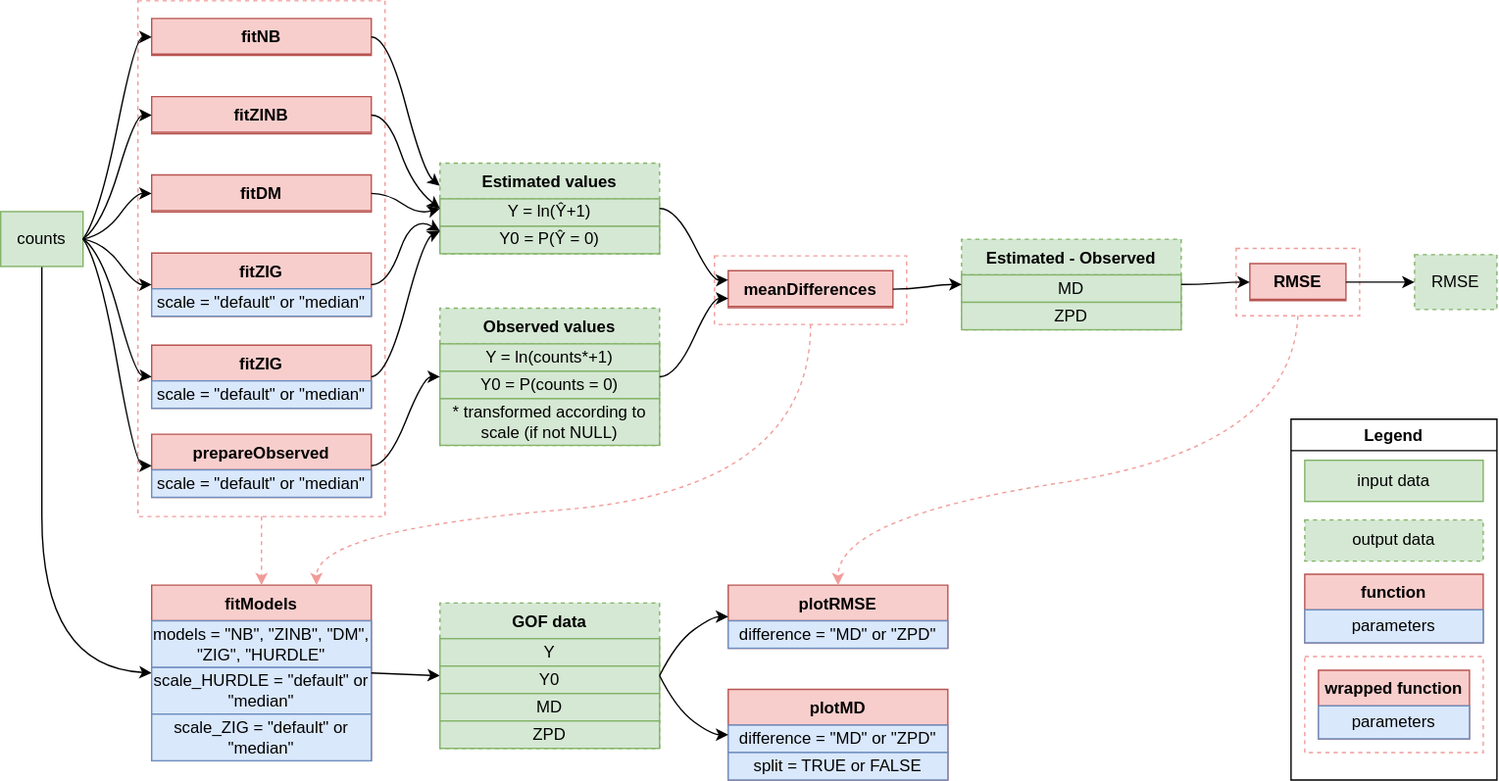
The draw.io diagram vignettes/GOF_structure.svg in mcalgaro93/benchdamic, before a commit. Source tidied: cells renumbered, new cells last; positions are measured from the earlier drawing's top-left corner, leaving out a move shared by most shapes.
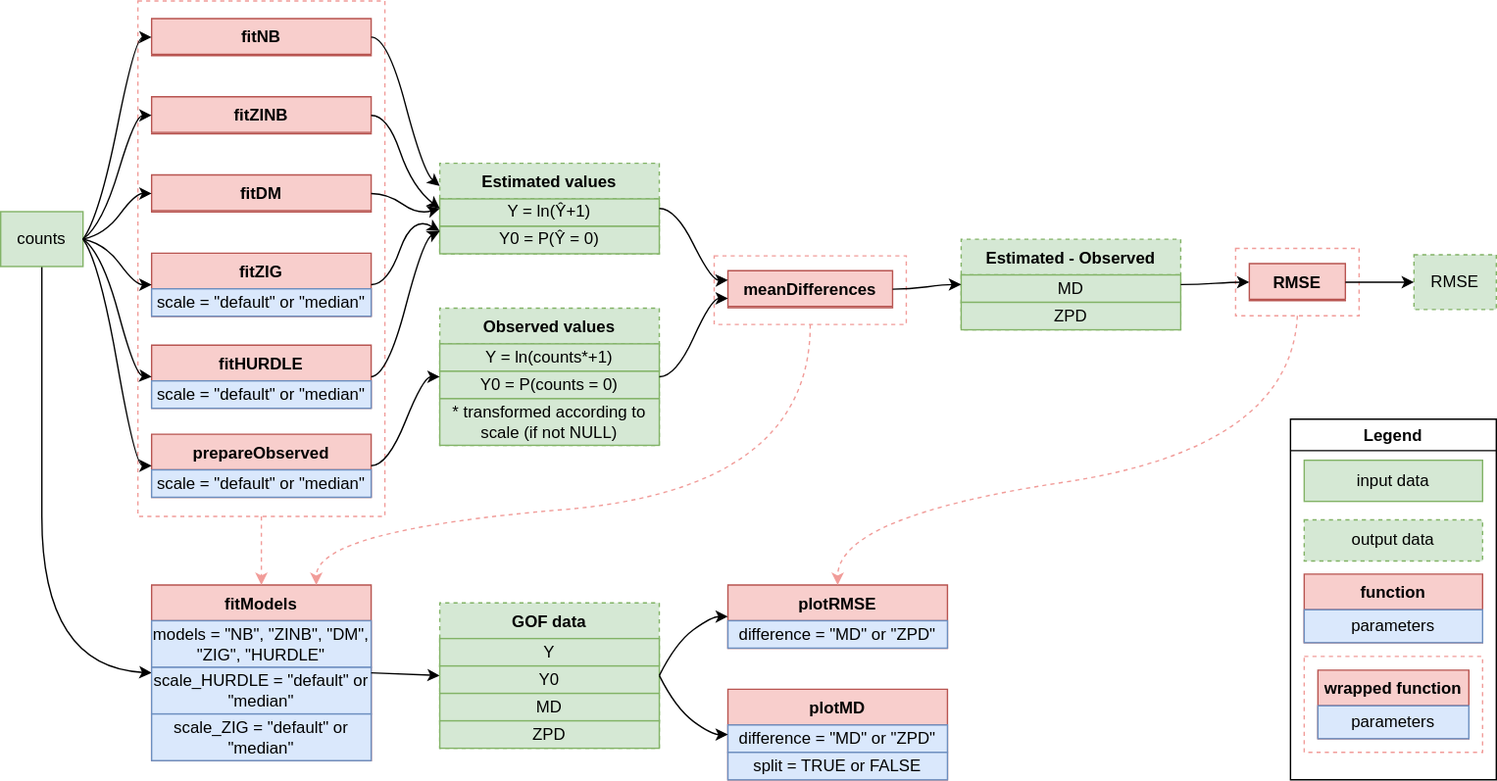
The same diagram one commit later.

The edit, as a diff of the source:
```diff
@@ -11,14 +11,6 @@
     <mxCell id="4" style="whiteSpace=wrap;html=1;shadow=0;fontFamily=Courier New;dashed=1;strokeWidth=1;strokeColor=#F19C99;" parent="1" vertex="1">
       <mxGeometry x="150" width="180" height="375.9" as="geometry" />
     </mxCell>
-    <mxCell id="5" style="curved=1;endArrow=none;html=1;dashed=1;fontFamily=Courier New;strokeColor=#6c8ebf;exitX=0;exitY=0.5;exitDx=0;exitDy=0;entryX=0;entryY=0.5;entryDx=0;entryDy=0;fillColor=#dae8fc;endFill=0;" parent="1" edge="1" target="x">
-      <mxGeometry relative="1" as="geometry">
-        <mxPoint x="50" y="280" as="sourcePoint" />
-        <Array as="points">
-          <mxPoint y="470" />
-        </Array>
-      </mxGeometry>
-    </mxCell>
     <mxCell id="6" style="curved=1;endArrow=classic;html=1;exitX=0.5;exitY=1;exitDx=0;exitDy=0;entryX=0;entryY=0.5;entryDx=0;entryDy=0;" parent="1" edge="1" source="25" target="47">
       <mxGeometry relative="1" as="geometry">
         <Array as="points">
@@ -36,7 +28,7 @@
     <mxCell id="9" value="fitDM" style="swimlane;fontStyle=1;align=center;verticalAlign=top;horizontal=1;startSize=26;strokeColor=#b85450;fillColor=#f8cecc;" parent="1" vertex="1">
       <mxGeometry x="160" y="126.9" width="160" height="27" as="geometry" />
     </mxCell>
-    <mxCell id="10" value="fitZIG" style="swimlane;fontStyle=1;align=center;verticalAlign=top;horizontal=1;startSize=26;strokeColor=#b85450;fillColor=#f8cecc;" parent="1" vertex="1">
+    <mxCell id="10" value="fitHURDLE" style="swimlane;fontStyle=1;align=center;verticalAlign=top;horizontal=1;startSize=26;strokeColor=#b85450;fillColor=#f8cecc;" parent="1" vertex="1">
       <mxGeometry x="160" y="251" width="160" height="46" as="geometry" />
     </mxCell>
     <mxCell id="11" value="scale = &quot;default&quot; or &quot;median&quot;" style="whiteSpace=wrap;html=1;fillColor=#dae8fc;strokeColor=#6c8ebf;rotation=0;shadow=0;" parent="10" vertex="1">
```
